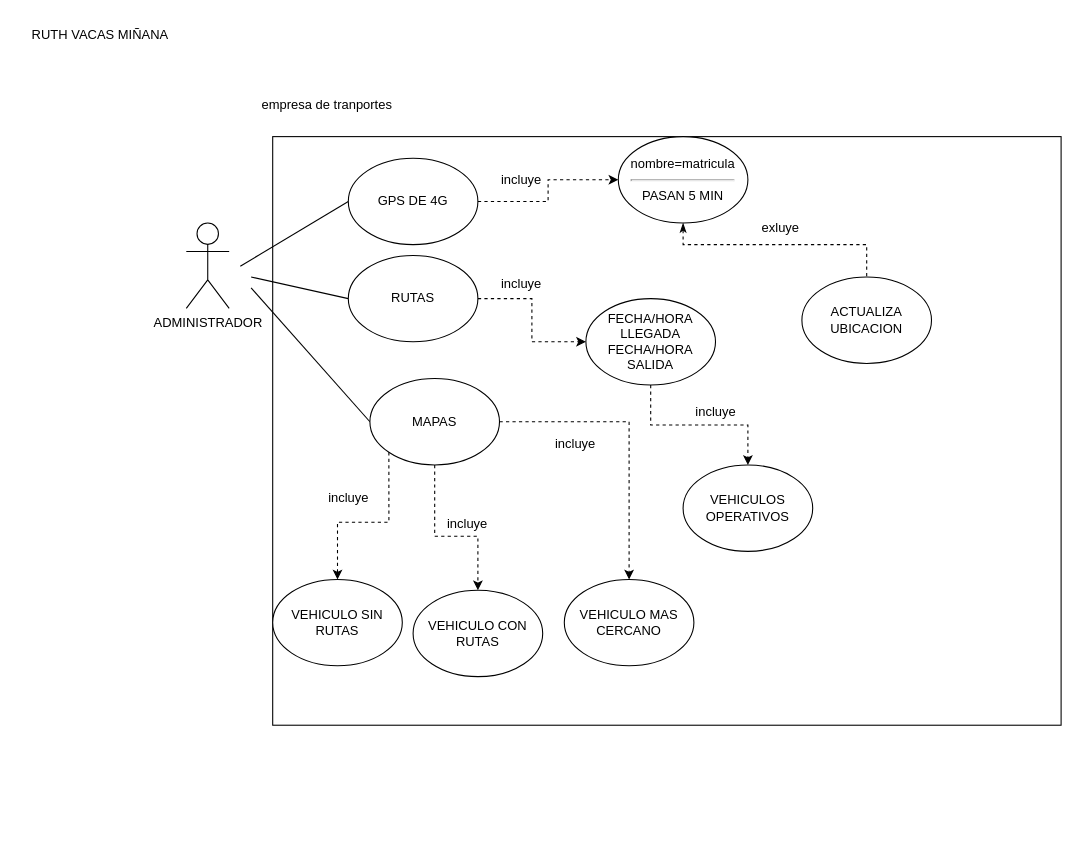
ruthvami/DAMNUEVO keeps this draw.io diagram as ED/2-ed/ejercicio.drawio. Above is the earlier version. Source tidied: cells renumbered, new cells numbered last; positions are measured from the earlier drawing's top-left corner, leaving out a move shared by most shapes. Both pictures are drawn from the tidied source at 108%, with x=0, y=0 at pixel (18, 18).
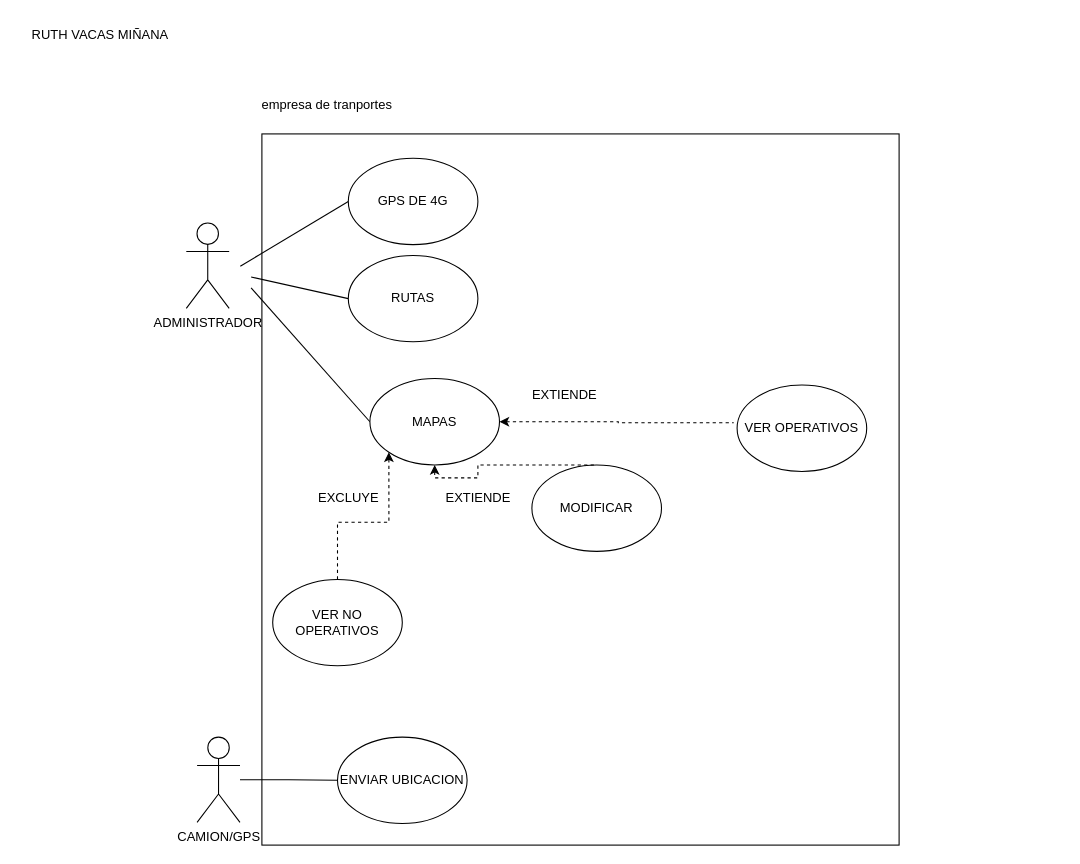
Above is the later version.

Change to the diagram source:
```diff
@@
-    <mxCell id="3" style="group;" parent="1" vertex="1">
-      <mxGeometry x="155" y="65" width="810" height="589" as="geometry" />
-    </mxCell>
-    <mxCell id="4" value="empresa de tranportes" style="text;html=1;align=center;verticalAlign=middle;strokeColor=none;fillColor=none;" parent="3" vertex="1">
-      <mxGeometry x="60" width="140" height="30" as="geometry" />
+    <mxCell id="4" value="empresa de tranportes" style="text;html=1;align=center;verticalAlign=middle;strokeColor=none;fillColor=none;" parent="1" vertex="1">
+      <mxGeometry x="215" y="65" width="140" height="30" as="geometry" />
     </mxCell>
-    <mxCell id="5" style="rounded=0;whiteSpace=wrap;html=1;fillColor=none;" parent="3" vertex="1">
-      <mxGeometry x="80" y="44" width="730" height="545" as="geometry" />
+    <mxCell id="5" style="rounded=0;whiteSpace=wrap;html=1;fillColor=none;" parent="1" vertex="1">
+      <mxGeometry x="225" y="106.5" width="590" height="658.5" as="geometry" />
     </mxCell>
-    <mxCell id="6" value="ADMINISTRADOR" style="shape=umlActor;verticalLabelPosition=bottom;verticalAlign=top;html=1;" parent="3" vertex="1">
-      <mxGeometry y="124" width="39.7" height="79" as="geometry" />
+    <mxCell id="6" value="ADMINISTRADOR" style="shape=umlActor;verticalLabelPosition=bottom;verticalAlign=top;html=1;" parent="1" vertex="1">
+      <mxGeometry x="155" y="189" width="39.7" height="79" as="geometry" />
     </mxCell>
-    <mxCell id="7" style="endArrow=none;html=1;rounded=0;entryX=0;entryY=0.5;entryDx=0;entryDy=0;" parent="3" edge="1" target="10">
+    <mxCell id="7" style="endArrow=none;html=1;rounded=0;entryX=0;entryY=0.5;entryDx=0;entryDy=0;" parent="1" edge="1" target="10">
       <mxGeometry relative="1" as="geometry">
-        <mxPoint x="50" y="164" as="sourcePoint" />
+        <mxPoint x="205" y="229" as="sourcePoint" />
       </mxGeometry>
     </mxCell>
-    <mxCell id="8" style="endArrow=none;html=1;rounded=0;entryX=0;entryY=0.5;entryDx=0;entryDy=0;" parent="3" edge="1" target="14">
+    <mxCell id="8" style="endArrow=none;html=1;rounded=0;entryX=0;entryY=0.5;entryDx=0;entryDy=0;" parent="1" edge="1" target="14">
       <mxGeometry relative="1" as="geometry">
-        <mxPoint x="60" y="174" as="sourcePoint" />
+        <mxPoint x="215" y="239" as="sourcePoint" />
       </mxGeometry>
     </mxCell>
-    <mxCell id="9" style="endArrow=none;html=1;rounded=0;entryX=0;entryY=0.5;entryDx=0;entryDy=0;" parent="3" edge="1" target="23">
+    <mxCell id="9" style="endArrow=none;html=1;rounded=0;entryX=0;entryY=0.5;entryDx=0;entryDy=0;" parent="1" edge="1" target="23">
       <mxGeometry relative="1" as="geometry">
-        <mxPoint x="60" y="184" as="sourcePoint" />
+        <mxPoint x="215" y="249" as="sourcePoint" />
       </mxGeometry>
     </mxCell>
-    <mxCell id="10" value="GPS DE 4G" style="ellipse;whiteSpace=wrap;html=1;" parent="3" vertex="1">
-      <mxGeometry x="150" y="64" width="120" height="80" as="geometry" />
+    <mxCell id="10" value="GPS DE 4G" style="ellipse;whiteSpace=wrap;html=1;" parent="1" vertex="1">
+      <mxGeometry x="305" y="129" width="120" height="80" as="geometry" />
     </mxCell>
-    <mxCell id="11" value="nombre=matricula&lt;br&gt;&lt;hr&gt;PASAN 5 MIN" style="ellipse;whiteSpace=wrap;html=1;" parent="3" vertex="1">
-      <mxGeometry x="400" y="44" width="120" height="80" as="geometry" />
-    </mxCell>
-    <mxCell id="12" style="edgeStyle=orthogonalEdgeStyle;rounded=0;jettySize=auto;html=1;dashed=1;" parent="3" edge="1" source="10" target="11">
-      <mxGeometry relative="1" as="geometry" />
-    </mxCell>
-    <mxCell id="13" value="incluye" style="text;html=1;align=center;verticalAlign=middle;strokeColor=none;fillColor=none;" parent="3" vertex="1">
-      <mxGeometry x="280" y="69" width="60" height="30" as="geometry" />
-    </mxCell>
-    <mxCell id="14" value="RUTAS" style="ellipse;whiteSpace=wrap;html=1;" parent="3" vertex="1">
-      <mxGeometry x="150" y="154" width="120" height="80" as="geometry" />
+    <mxCell id="14" value="RUTAS" style="ellipse;whiteSpace=wrap;html=1;" parent="1" vertex="1">
+      <mxGeometry x="305" y="219" width="120" height="80" as="geometry" />
     </mxCell>
-    <mxCell id="15" value="FECHA/HORA LLEGADA&lt;br&gt;FECHA/HORA SALIDA" style="ellipse;whiteSpace=wrap;html=1;" parent="3" vertex="1">
-      <mxGeometry x="370" y="194" width="120" height="80" as="geometry" />
-    </mxCell>
-    <mxCell id="16" style="edgeStyle=orthogonalEdgeStyle;rounded=0;jettySize=auto;html=1;dashed=1;entryX=0;entryY=0.5;entryDx=0;entryDy=0;" parent="3" edge="1" source="14" target="15">
-      <mxGeometry relative="1" as="geometry" />
-    </mxCell>
-    <mxCell id="17" value="incluye" style="text;html=1;align=center;verticalAlign=middle;strokeColor=none;fillColor=none;" parent="3" vertex="1">
-      <mxGeometry x="280" y="166" width="60" height="30" as="geometry" />
-    </mxCell>
-    <mxCell id="18" value="VEHICULOS OPERATIVOS" style="ellipse;whiteSpace=wrap;html=1;" parent="3" vertex="1">
-      <mxGeometry x="460" y="348" width="120" height="80" as="geometry" />
-    </mxCell>
-    <mxCell id="19" style="edgeStyle=orthogonalEdgeStyle;rounded=0;jettySize=auto;html=1;dashed=1;entryX=0.5;entryY=0;entryDx=0;entryDy=0;" parent="3" edge="1" source="15" target="18">
-      <mxGeometry relative="1" as="geometry" />
-    </mxCell>
-    <mxCell id="20" value="incluye" style="text;html=1;align=center;verticalAlign=middle;strokeColor=none;fillColor=none;" parent="3" vertex="1">
-      <mxGeometry x="460" y="284" width="60" height="30" as="geometry" />
-    </mxCell>
-    <mxCell id="21" value="ACTUALIZA UBICACION" style="ellipse;whiteSpace=wrap;html=1;" parent="3" vertex="1">
-      <mxGeometry x="570" y="174" width="120" height="80" as="geometry" />
-    </mxCell>
-    <mxCell id="22" style="edgeStyle=orthogonalEdgeStyle;rounded=0;jettySize=auto;html=1;dashed=1;entryX=0.5;entryY=0;entryDx=0;entryDy=0;startArrow=classicThin;startFill=1;endArrow=none;endFill=0;" parent="3" edge="1" source="11" target="21">
-      <mxGeometry relative="1" as="geometry">
-        <Array as="points">
-          <mxPoint x="460" y="144" />
-          <mxPoint x="630" y="144" />
-        </Array>
-      </mxGeometry>
-    </mxCell>
+    <mxCell id="34" style="edgeStyle=orthogonalEdgeStyle;rounded=0;jettySize=auto;html=1;dashed=1;entryX=-0.026;entryY=0.437;entryDx=0;entryDy=0;startArrow=classic;startFill=1;endArrow=none;endFill=0;entryPerimeter=0;" parent="1" edge="1" source="23" target="35">
+      <mxGeometry relative="1" as="geometry" />
+    </mxCell>
-    <mxCell id="23" value="MAPAS" style="ellipse;whiteSpace=wrap;html=1;" parent="3" vertex="1">
-      <mxGeometry x="170" y="268" width="120" height="80" as="geometry" />
+    <mxCell id="23" value="MAPAS" style="ellipse;whiteSpace=wrap;html=1;" parent="1" vertex="1">
+      <mxGeometry x="325" y="333" width="120" height="80" as="geometry" />
     </mxCell>
-    <mxCell id="24" value="VEHICULO MAS CERCANO" style="ellipse;whiteSpace=wrap;html=1;" parent="3" vertex="1">
-      <mxGeometry x="350" y="454" width="120" height="80" as="geometry" />
-    </mxCell>
-    <mxCell id="25" style="edgeStyle=orthogonalEdgeStyle;rounded=0;jettySize=auto;html=1;dashed=1;startArrow=none;startFill=0;endArrow=classic;endFill=1;entryX=0.5;entryY=0;entryDx=0;entryDy=0;" parent="3" edge="1" source="23" target="24">
-      <mxGeometry relative="1" as="geometry" />
-    </mxCell>
-    <mxCell id="26" value="VEHICULO CON RUTAS" style="ellipse;whiteSpace=wrap;html=1;" parent="3" vertex="1">
-      <mxGeometry x="210" y="464" width="120" height="80" as="geometry" />
+    <mxCell id="26" value="MODIFICAR" style="ellipse;whiteSpace=wrap;html=1;" parent="1" vertex="1">
+      <mxGeometry x="475" y="413" width="120" height="80" as="geometry" />
     </mxCell>
-    <mxCell id="27" style="edgeStyle=orthogonalEdgeStyle;rounded=0;jettySize=auto;html=1;exitX=0.5;exitY=1;exitDx=0;exitDy=0;dashed=1;startArrow=none;startFill=0;endArrow=classic;endFill=1;entryX=0.5;entryY=0;entryDx=0;entryDy=0;" parent="3" edge="1" source="23" target="26">
+    <mxCell id="27" style="edgeStyle=orthogonalEdgeStyle;rounded=0;jettySize=auto;html=1;exitX=0.5;exitY=1;exitDx=0;exitDy=0;dashed=1;startArrow=classic;startFill=1;endArrow=none;endFill=0;entryX=0.5;entryY=0;entryDx=0;entryDy=0;" parent="1" edge="1" source="23" target="26">
       <mxGeometry relative="1" as="geometry">
         <Array as="points">
-          <mxPoint x="230" y="414" />
-          <mxPoint x="270" y="414" />
+          <mxPoint x="385" y="425" />
+          <mxPoint x="425" y="425" />
+          <mxPoint x="425" y="413" />
         </Array>
       </mxGeometry>
     </mxCell>
-    <mxCell id="28" value="VEHICULO SIN RUTAS" style="ellipse;whiteSpace=wrap;html=1;" parent="3" vertex="1">
-      <mxGeometry x="80" y="454" width="120" height="80" as="geometry" />
+    <mxCell id="28" value="VER NO OPERATIVOS" style="ellipse;whiteSpace=wrap;html=1;" parent="1" vertex="1">
+      <mxGeometry x="235" y="519" width="120" height="80" as="geometry" />
     </mxCell>
-    <mxCell id="29" style="edgeStyle=orthogonalEdgeStyle;rounded=0;jettySize=auto;html=1;exitX=0;exitY=1;exitDx=0;exitDy=0;entryX=0.5;entryY=0;entryDx=0;entryDy=0;dashed=1;startArrow=none;startFill=0;endArrow=classic;endFill=1;" parent="3" edge="1" source="23" target="28">
+    <mxCell id="29" style="edgeStyle=orthogonalEdgeStyle;rounded=0;jettySize=auto;html=1;exitX=0;exitY=1;exitDx=0;exitDy=0;entryX=0.5;entryY=0;entryDx=0;entryDy=0;dashed=1;startArrow=classic;startFill=1;endArrow=none;endFill=0;" parent="1" edge="1" source="23" target="28">
       <mxGeometry relative="1" as="geometry" />
     </mxCell>
-    <mxCell id="30" value="incluye" style="text;html=1;align=center;verticalAlign=middle;strokeColor=none;fillColor=none;" parent="3" vertex="1">
-      <mxGeometry x="330" y="314" width="60" height="30" as="geometry" />
-    </mxCell>
-    <mxCell id="31" value="incluye" style="text;html=1;align=center;verticalAlign=middle;strokeColor=none;fillColor=none;" parent="3" vertex="1">
-      <mxGeometry x="120" y="364" width="60" height="30" as="geometry" />
+    <mxCell id="31" value="EXCLUYE" style="text;html=1;align=center;verticalAlign=middle;strokeColor=none;fillColor=none;" parent="1" vertex="1">
+      <mxGeometry x="265" y="429" width="80" height="30" as="geometry" />
     </mxCell>
-    <mxCell id="32" value="incluye" style="text;html=1;align=center;verticalAlign=middle;strokeColor=none;fillColor=none;" parent="3" vertex="1">
-      <mxGeometry x="230" y="388" width="60" height="30" as="geometry" />
+    <mxCell id="32" value="EXTIENDE" style="text;html=1;align=center;verticalAlign=middle;strokeColor=none;fillColor=none;" parent="1" vertex="1">
+      <mxGeometry x="385" y="429" width="80" height="30" as="geometry" />
     </mxCell>
-    <mxCell id="33" value="exluye" style="text;html=1;align=center;verticalAlign=middle;strokeColor=none;fillColor=none;" parent="3" vertex="1">
-      <mxGeometry x="520" y="114" width="60" height="30" as="geometry" />
-    </mxCell>
+    <mxCell id="35" value="VER OPERATIVOS" style="ellipse;whiteSpace=wrap;html=1;" parent="1" vertex="1">
+      <mxGeometry x="665" y="339" width="120" height="80" as="geometry" />
+    </mxCell>
+    <mxCell id="36" style="edgeStyle=orthogonalEdgeStyle;rounded=0;jettySize=auto;html=1;startArrow=none;startFill=0;endArrow=none;endFill=0;entryX=0;entryY=0.5;entryDx=0;entryDy=0;" parent="1" edge="1" source="37" target="38">
+      <mxGeometry relative="1" as="geometry" />
+    </mxCell>
+    <mxCell id="37" value="CAMION/GPS" style="shape=umlActor;verticalLabelPosition=bottom;verticalAlign=top;html=1;outlineConnect=0;" parent="1" vertex="1">
+      <mxGeometry x="165" y="665" width="39.7" height="79" as="geometry" />
+    </mxCell>
+    <mxCell id="38" value="ENVIAR UBICACION" style="ellipse;whiteSpace=wrap;html=1;" parent="1" vertex="1">
+      <mxGeometry x="295" y="665" width="120" height="80" as="geometry" />
+    </mxCell>
+    <mxCell id="39" value="EXTIENDE" style="text;html=1;align=center;verticalAlign=middle;strokeColor=none;fillColor=none;" parent="1" vertex="1">
+      <mxGeometry x="465" y="333" width="80" height="30" as="geometry" />
+    </mxCell>
```
